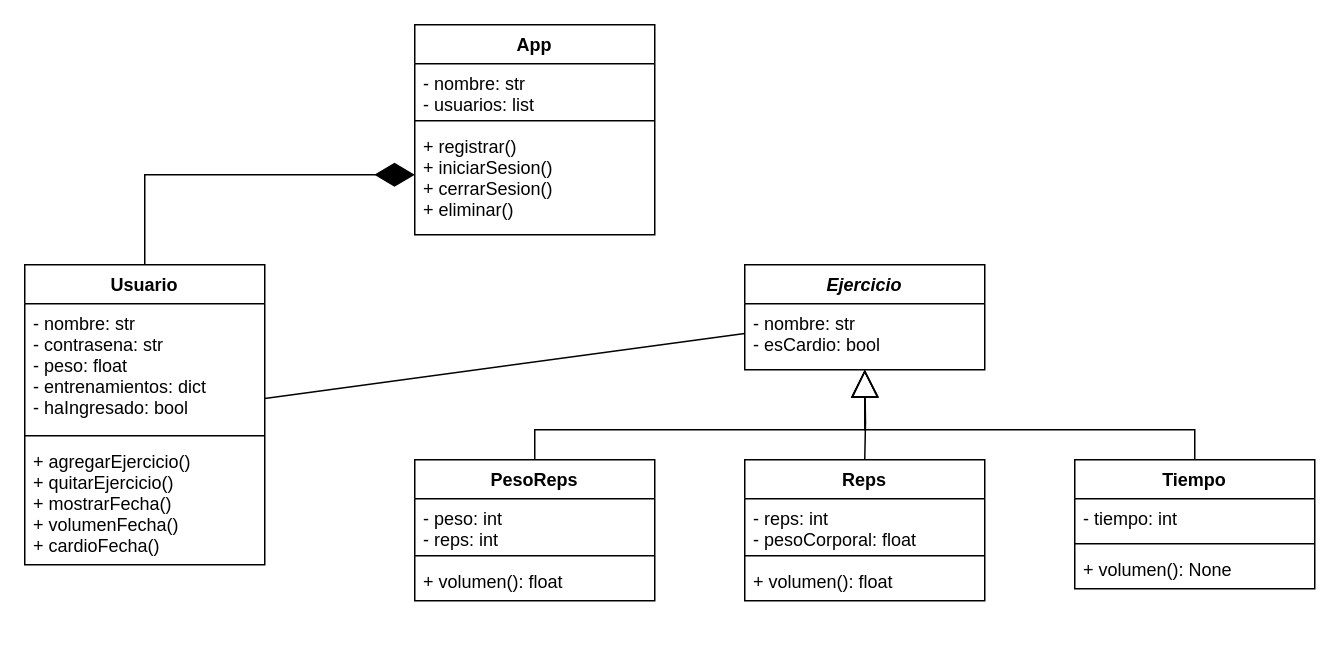
The draw.io diagram UML-Workout_Tracker.drawio in fabcontigiani/workout-tracker, before the edit. Source tidied: cells renumbered, new cells numbered last; positions are measured from the earlier drawing's top-left corner, leaving out a move shared by most shapes. Both pictures are drawn from the tidied source at 150%, with x=0, y=0 at pixel (24, 24).
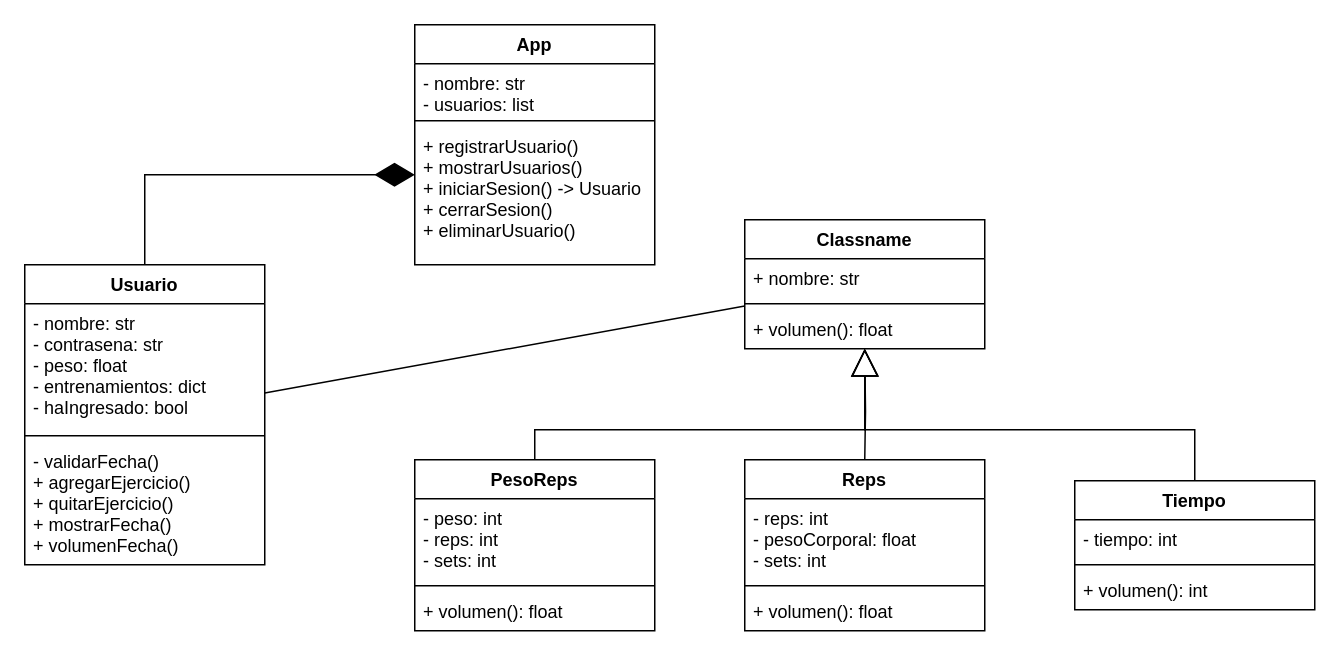
The same page after the edit.

Commit message:
Update UML chart

The change refers to these unchanged cells:
```xml
<mxCell id="6" value="Usuario" style="swimlane;fontStyle=1;align=center;verticalAlign=top;horizontal=1;startSize=26;" parent="1" vertex="1">
  <mxGeometry y="160" width="160" height="200" as="geometry" />
</mxCell>
```

Change to the diagram source:
```diff
@@
     <mxCell id="2" value="App" style="swimlane;fontStyle=1;align=center;verticalAlign=top;horizontal=1;startSize=26;" parent="1" vertex="1">
-      <mxGeometry x="260" width="160" height="140" as="geometry" />
+      <mxGeometry x="260" width="160" height="160" as="geometry" />
     </mxCell>
@@
-    <mxCell id="5" value="+ registrar()&#10;+ iniciarSesion()&#10;+ cerrarSesion()&#10;+ eliminar()" style="text;strokeColor=none;fillColor=none;align=left;verticalAlign=top;spacingLeft=4;spacingRight=4;overflow=hidden;" parent="2" vertex="1">
-      <mxGeometry y="68" width="160" height="72" as="geometry" />
+    <mxCell id="5" value="+ registrarUsuario()&#10;+ mostrarUsuarios()&#10;+ iniciarSesion() -&gt; Usuario&#10;+ cerrarSesion()&#10;+ eliminarUsuario()" style="text;strokeColor=none;fillColor=none;align=left;verticalAlign=top;spacingLeft=4;spacingRight=4;overflow=hidden;" parent="2" vertex="1">
+      <mxGeometry y="68" width="160" height="92" as="geometry" />
     </mxCell>
@@
-    <mxCell id="9" value="+ agregarEjercicio()&#10;+ quitarEjercicio()&#10;+ mostrarFecha()&#10;+ volumenFecha()&#10;+ cardioFecha()" style="text;strokeColor=none;fillColor=none;align=left;verticalAlign=top;spacingLeft=4;spacingRight=4;overflow=hidden;" parent="6" vertex="1">
+    <mxCell id="9" value="- validarFecha()&#10;+ agregarEjercicio()&#10;+ quitarEjercicio()&#10;+ mostrarFecha()&#10;+ volumenFecha()" style="text;strokeColor=none;fillColor=none;align=left;verticalAlign=top;spacingLeft=4;spacingRight=4;overflow=hidden;" parent="6" vertex="1">
       <mxGeometry y="118" width="160" height="82" as="geometry" />
     </mxCell>
-    <mxCell id="10" value="Ejercicio" style="swimlane;fontStyle=3;align=center;verticalAlign=top;horizontal=1;startSize=26;" parent="1" vertex="1">
-      <mxGeometry x="480" y="160" width="160" height="70" as="geometry" />
-    </mxCell>
-    <mxCell id="11" value="- nombre: str&#10;- esCardio: bool" style="text;strokeColor=none;fillColor=none;align=left;verticalAlign=top;spacingLeft=4;spacingRight=4;overflow=hidden;" parent="10" vertex="1">
-      <mxGeometry y="26" width="160" height="44" as="geometry" />
-    </mxCell>
-    <mxCell id="12" style="edgeStyle=orthogonalEdgeStyle;rounded=0;jettySize=auto;html=1;endArrow=block;endFill=0;endSize=16;" parent="1" edge="1" target="10">
+    <mxCell id="12" style="edgeStyle=orthogonalEdgeStyle;rounded=0;jettySize=auto;html=1;endArrow=block;endFill=0;endSize=16;" parent="1" edge="1" target="29">
       <mxGeometry relative="1" as="geometry">
         <mxPoint x="560" y="290" as="sourcePoint" />
       </mxGeometry>
     </mxCell>
-    <mxCell id="13" style="edgeStyle=orthogonalEdgeStyle;rounded=0;jettySize=auto;html=1;endArrow=block;endFill=0;endSize=16;" parent="1" edge="1" target="10">
+    <mxCell id="13" style="edgeStyle=orthogonalEdgeStyle;rounded=0;jettySize=auto;html=1;endArrow=block;endFill=0;endSize=16;" parent="1" edge="1" target="29">
       <mxGeometry relative="1" as="geometry">
         <mxPoint x="340" y="290" as="sourcePoint" />
         <Array as="points">
           <mxPoint x="340" y="270" />
           <mxPoint x="560" y="270" />
         </Array>
       </mxGeometry>
     </mxCell>
-    <mxCell id="14" style="edgeStyle=orthogonalEdgeStyle;rounded=0;jettySize=auto;html=1;endArrow=block;endFill=0;endSize=16;" parent="1" edge="1" target="10">
+    <mxCell id="14" style="edgeStyle=orthogonalEdgeStyle;rounded=0;jettySize=auto;html=1;endArrow=block;endFill=0;endSize=16;exitX=0.5;exitY=0;exitDx=0;exitDy=0;" parent="1" edge="1" source="24" target="29">
       <mxGeometry relative="1" as="geometry">
-        <mxPoint x="780" y="290" as="sourcePoint" />
         <Array as="points">
           <mxPoint x="780" y="270" />
           <mxPoint x="560" y="270" />
         </Array>
       </mxGeometry>
     </mxCell>
@@
     <mxCell id="16" value="PesoReps" style="swimlane;fontStyle=1;align=center;verticalAlign=top;horizontal=1;startSize=26;" parent="1" vertex="1">
-      <mxGeometry x="260" y="290" width="160" height="94" as="geometry" />
+      <mxGeometry x="260" y="290" width="160" height="114" as="geometry" />
     </mxCell>
-    <mxCell id="17" value="- peso: int&#10;- reps: int" style="text;strokeColor=none;fillColor=none;align=left;verticalAlign=top;spacingLeft=4;spacingRight=4;overflow=hidden;" parent="16" vertex="1">
-      <mxGeometry y="26" width="160" height="34" as="geometry" />
+    <mxCell id="17" value="- peso: int&#10;- reps: int&#10;- sets: int" style="text;strokeColor=none;fillColor=none;align=left;verticalAlign=top;spacingLeft=4;spacingRight=4;overflow=hidden;" parent="16" vertex="1">
+      <mxGeometry y="26" width="160" height="54" as="geometry" />
     </mxCell>
     <mxCell id="18" style="line;strokeWidth=1;fillColor=none;align=left;verticalAlign=middle;spacingTop=-1;spacingLeft=3;spacingRight=3;labelPosition=right;" parent="16" vertex="1">
-      <mxGeometry y="60" width="160" height="8" as="geometry" />
+      <mxGeometry y="80" width="160" height="8" as="geometry" />
     </mxCell>
     <mxCell id="19" value="+ volumen(): float" style="text;strokeColor=none;fillColor=none;align=left;verticalAlign=top;spacingLeft=4;spacingRight=4;overflow=hidden;" parent="16" vertex="1">
-      <mxGeometry y="68" width="160" height="26" as="geometry" />
+      <mxGeometry y="88" width="160" height="26" as="geometry" />
     </mxCell>
     <mxCell id="20" value="Reps" style="swimlane;fontStyle=1;align=center;verticalAlign=top;horizontal=1;startSize=26;" parent="1" vertex="1">
-      <mxGeometry x="480" y="290" width="160" height="94" as="geometry" />
+      <mxGeometry x="480" y="290" width="160" height="114" as="geometry" />
     </mxCell>
-    <mxCell id="21" value="- reps: int&#10;- pesoCorporal: float" style="text;strokeColor=none;fillColor=none;align=left;verticalAlign=top;spacingLeft=4;spacingRight=4;overflow=hidden;" parent="20" vertex="1">
-      <mxGeometry y="26" width="160" height="34" as="geometry" />
+    <mxCell id="21" value="- reps: int&#10;- pesoCorporal: float&#10;- sets: int" style="text;strokeColor=none;fillColor=none;align=left;verticalAlign=top;spacingLeft=4;spacingRight=4;overflow=hidden;" parent="20" vertex="1">
+      <mxGeometry y="26" width="160" height="54" as="geometry" />
     </mxCell>
     <mxCell id="22" style="line;strokeWidth=1;fillColor=none;align=left;verticalAlign=middle;spacingTop=-1;spacingLeft=3;spacingRight=3;labelPosition=right;" parent="20" vertex="1">
-      <mxGeometry y="60" width="160" height="8" as="geometry" />
+      <mxGeometry y="80" width="160" height="8" as="geometry" />
     </mxCell>
     <mxCell id="23" value="+ volumen(): float" style="text;strokeColor=none;fillColor=none;align=left;verticalAlign=top;spacingLeft=4;spacingRight=4;overflow=hidden;" parent="20" vertex="1">
-      <mxGeometry y="68" width="160" height="26" as="geometry" />
+      <mxGeometry y="88" width="160" height="26" as="geometry" />
     </mxCell>
     <mxCell id="24" value="Tiempo" style="swimlane;fontStyle=1;align=center;verticalAlign=top;horizontal=1;startSize=26;" parent="1" vertex="1">
-      <mxGeometry x="700" y="290" width="160" height="86" as="geometry" />
+      <mxGeometry x="700" y="304" width="160" height="86" as="geometry" />
     </mxCell>
@@
-    <mxCell id="27" value="+ volumen(): None" style="text;strokeColor=none;fillColor=none;align=left;verticalAlign=top;spacingLeft=4;spacingRight=4;overflow=hidden;" parent="24" vertex="1">
+    <mxCell id="27" value="+ volumen(): int" style="text;strokeColor=none;fillColor=none;align=left;verticalAlign=top;spacingLeft=4;spacingRight=4;overflow=hidden;" parent="24" vertex="1">
       <mxGeometry y="60" width="160" height="26" as="geometry" />
     </mxCell>
-    <mxCell id="28" style="endArrow=none;html=1;rounded=0;" parent="1" edge="1" source="6" target="10">
+    <mxCell id="28" style="endArrow=none;html=1;rounded=0;" parent="1" edge="1" source="6" target="29">
       <mxGeometry relative="1" as="geometry" />
     </mxCell>
+    <mxCell id="29" value="Classname" style="swimlane;fontStyle=1;align=center;verticalAlign=top;horizontal=1;startSize=26;" parent="1" vertex="1">
+      <mxGeometry x="480" y="130" width="160" height="86" as="geometry" />
+    </mxCell>
+    <mxCell id="30" value="+ nombre: str" style="text;strokeColor=none;fillColor=none;align=left;verticalAlign=top;spacingLeft=4;spacingRight=4;overflow=hidden;" parent="29" vertex="1">
+      <mxGeometry y="26" width="160" height="26" as="geometry" />
+    </mxCell>
+    <mxCell id="31" style="line;strokeWidth=1;fillColor=none;align=left;verticalAlign=middle;spacingTop=-1;spacingLeft=3;spacingRight=3;labelPosition=right;" parent="29" vertex="1">
+      <mxGeometry y="52" width="160" height="8" as="geometry" />
+    </mxCell>
+    <mxCell id="32" value="+ volumen(): float" style="text;strokeColor=none;fillColor=none;align=left;verticalAlign=top;spacingLeft=4;spacingRight=4;overflow=hidden;" parent="29" vertex="1">
+      <mxGeometry y="60" width="160" height="26" as="geometry" />
+    </mxCell>
```
